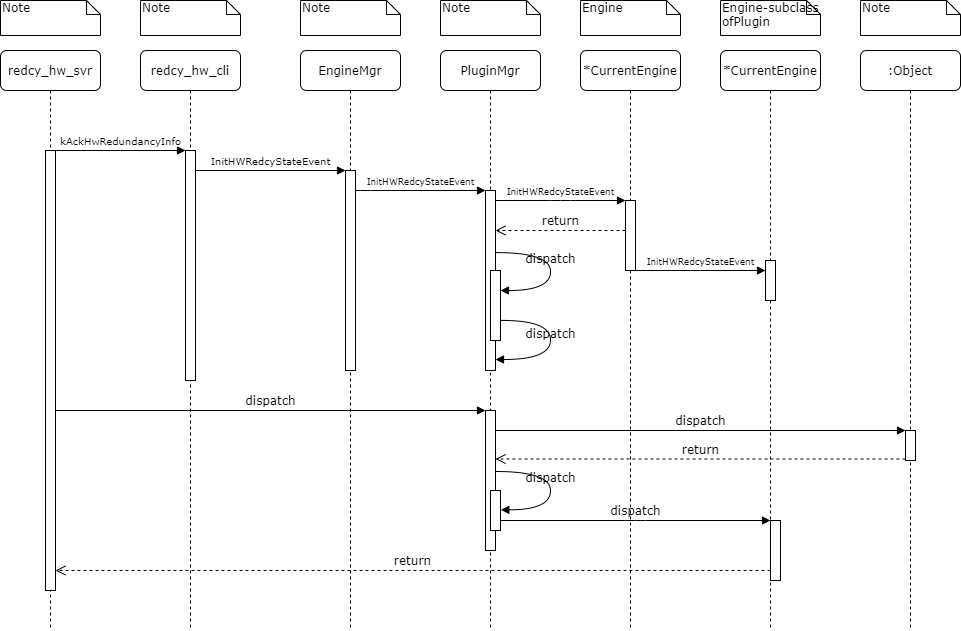
This is UML/StartRedundancy.png from Steve888888/FN-Redundancy, a draw.io export, as it was before one commit. Source tidied: cells renumbered, new cells last; positions are measured from the earlier drawing's top-left corner, leaving out a move shared by most shapes.
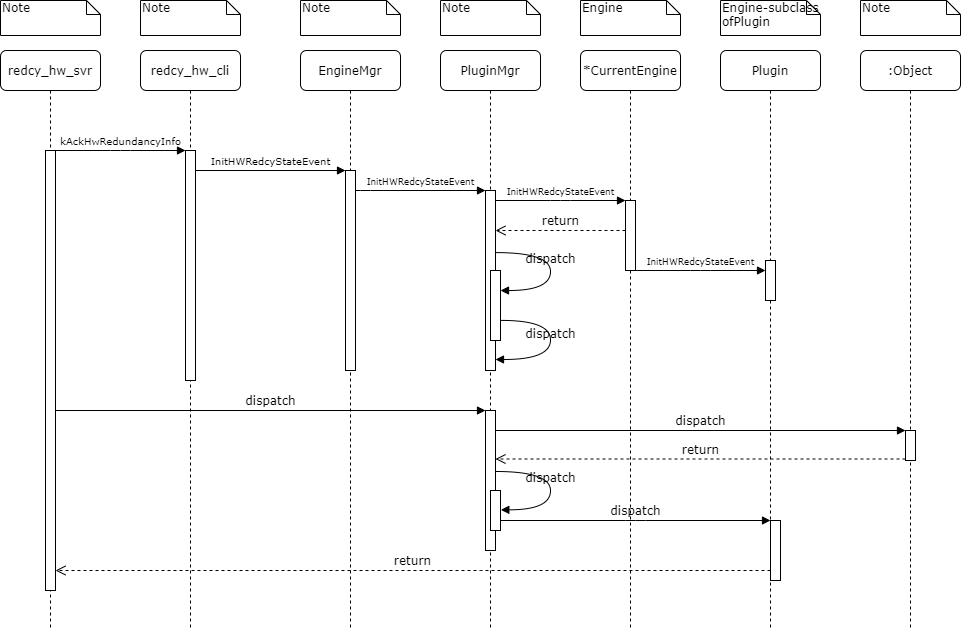
Above is the later version.

Change to the diagram source:
```diff
@@ -20,7 +20,7 @@
     <mxCell id="7" value="*CurrentEngine" style="shape=umlLifeline;perimeter=lifelinePerimeter;whiteSpace=wrap;html=1;rounded=1;shadow=0;comic=0;labelBackgroundColor=none;strokeWidth=1;fontFamily=Verdana;fontSize=12;align=center;" parent="1" vertex="1">
       <mxGeometry x="580" y="50" width="100" height="580" as="geometry" />
     </mxCell>
-    <mxCell id="8" value="*CurrentEngine" style="shape=umlLifeline;perimeter=lifelinePerimeter;whiteSpace=wrap;html=1;rounded=1;shadow=0;comic=0;labelBackgroundColor=none;strokeWidth=1;fontFamily=Verdana;fontSize=12;align=center;" parent="1" vertex="1">
+    <mxCell id="8" value="Plugin" style="shape=umlLifeline;perimeter=lifelinePerimeter;whiteSpace=wrap;html=1;rounded=1;shadow=0;comic=0;labelBackgroundColor=none;strokeWidth=1;fontFamily=Verdana;fontSize=12;align=center;" parent="1" vertex="1">
       <mxGeometry x="720" y="50" width="100" height="580" as="geometry" />
     </mxCell>
     <mxCell id="9" style="html=1;perimeter=orthogonalPerimeter;rounded=0;shadow=0;comic=0;labelBackgroundColor=none;strokeWidth=1;fontFamily=Verdana;fontSize=12;align=center;" parent="8" vertex="1">
```
